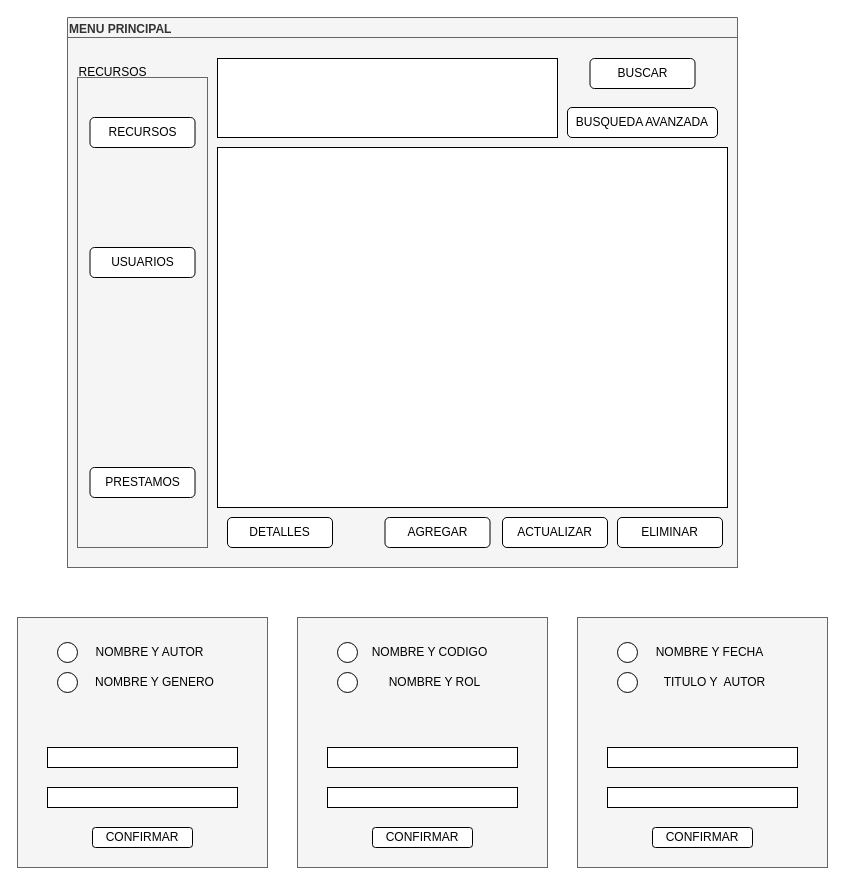
puyojulian/MiniProyecto3FPOE keeps this draw.io diagram as page "Page-1" (1 of 4) of Interface Diagram.drawio. Above is the earlier version. Source tidied: cells renumbered, new cells numbered last; positions are measured from the earlier drawing's top-left corner, leaving out a move shared by most shapes. Both pictures are drawn from the tidied source at 100%, with x=0, y=0 at pixel (17, 17).
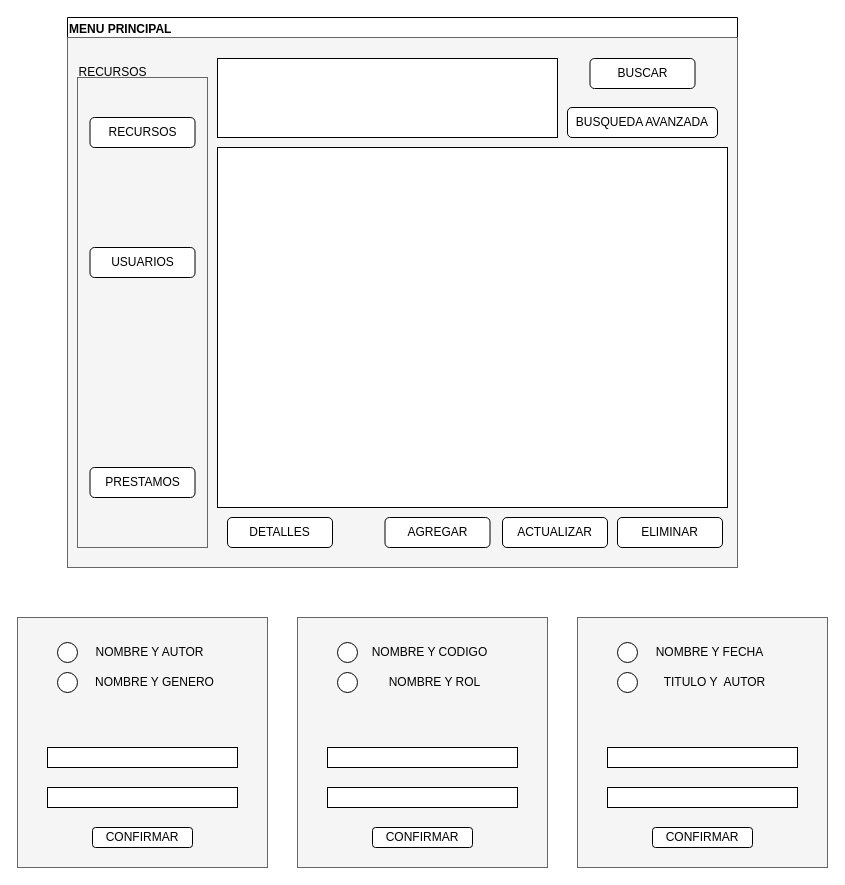
The same diagram, later.

The edit, as a diff of the source:
```diff
@@
-    <mxCell id="2" value="MENU PRINCIPAL" style="swimlane;whiteSpace=wrap;html=1;align=left;fillColor=#f5f5f5;fontColor=#333333;strokeColor=#666666;" parent="1" vertex="1">
+    <mxCell id="2" value="MENU PRINCIPAL" style="swimlane;whiteSpace=wrap;html=1;align=left;" parent="1" vertex="1">
       <mxGeometry x="50" width="670" height="550" as="geometry" />
     </mxCell>
```
